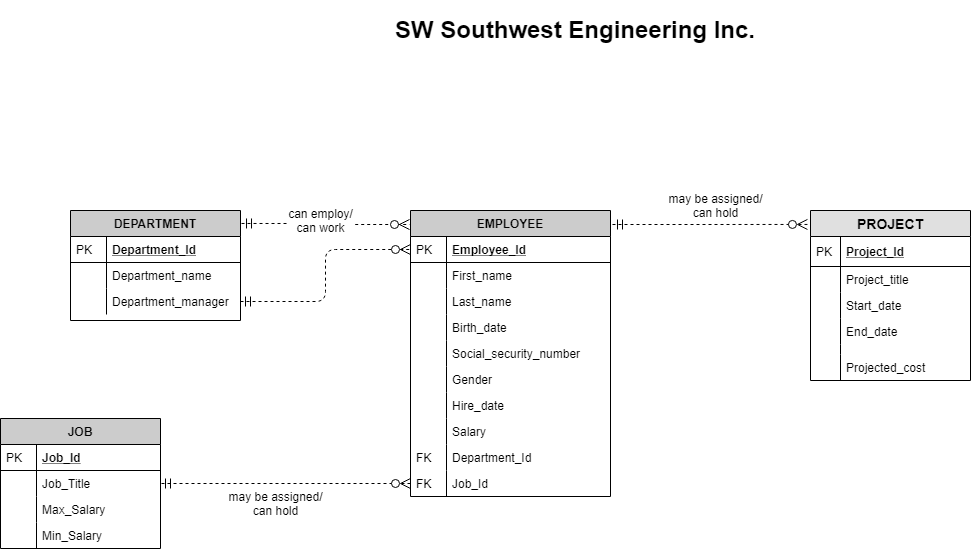
The draw.io diagram D01_SW.png in SumitPaul9/ER-diagrams, before a commit. Source tidied: cells renumbered, new cells last; positions are measured from the earlier drawing's top-left corner, leaving out a move shared by most shapes.
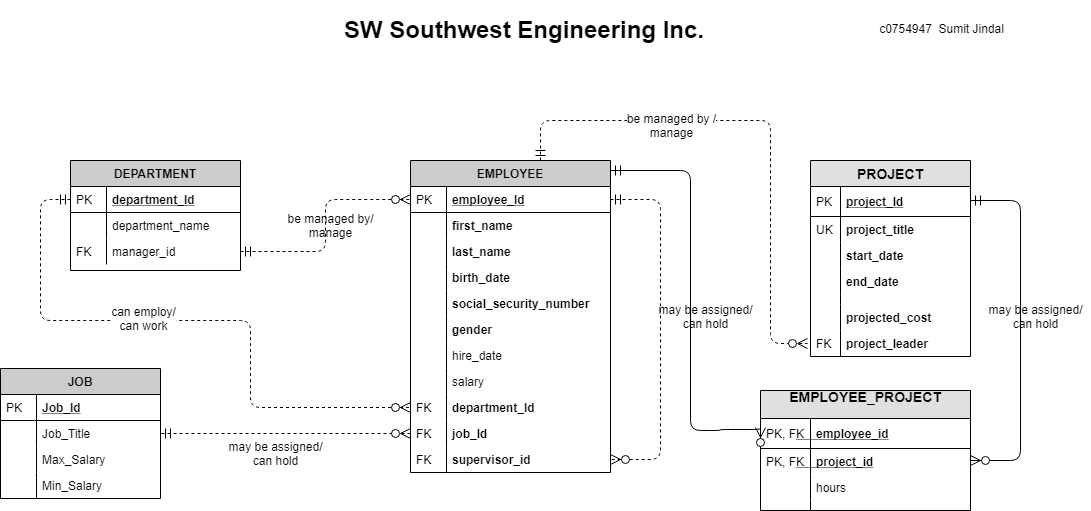
After the change.

Change to the diagram source:
```diff
@@ -7,3 +7,3 @@
     </mxCell>
-    <mxCell id="3" value="Department_Id" style="shape=partialRectangle;top=0;left=0;right=0;bottom=1;align=left;verticalAlign=top;fillColor=none;spacingLeft=40;spacingRight=4;overflow=hidden;points=[[0,0.5],[1,0.5]];portConstraint=eastwest;rounded=0;shadow=0;strokeWidth=1;fontStyle=5;" parent="2" vertex="1">
+    <mxCell id="3" value="department_Id" style="shape=partialRectangle;top=0;left=0;right=0;bottom=1;align=left;verticalAlign=top;fillColor=none;spacingLeft=40;spacingRight=4;overflow=hidden;points=[[0,0.5],[1,0.5]];portConstraint=eastwest;rounded=0;shadow=0;strokeWidth=1;fontStyle=5;" parent="2" vertex="1">
       <mxGeometry y="26" width="170" height="26" as="geometry" />
@@ -13,3 +13,3 @@
     </mxCell>
-    <mxCell id="5" value="Department_name" style="shape=partialRectangle;top=0;left=0;right=0;bottom=0;align=left;verticalAlign=top;fillColor=none;spacingLeft=40;spacingRight=4;overflow=hidden;rounded=0;shadow=0;strokeWidth=1;" parent="2" vertex="1">
+    <mxCell id="5" value="department_name" style="shape=partialRectangle;top=0;left=0;right=0;bottom=0;align=left;verticalAlign=top;fillColor=none;spacingLeft=40;spacingRight=4;overflow=hidden;rounded=0;shadow=0;strokeWidth=1;" parent="2" vertex="1">
       <mxGeometry y="52" width="170" height="26" as="geometry" />
@@ -19,6 +19,6 @@
     </mxCell>
-    <mxCell id="7" value="Department_manager" style="shape=partialRectangle;top=0;left=0;right=0;bottom=0;align=left;verticalAlign=top;fillColor=none;spacingLeft=40;spacingRight=4;overflow=hidden;points=[[0,0.5],[1,0.5]];portConstraint=eastwest;rounded=0;shadow=0;strokeWidth=1;" parent="2" vertex="1">
+    <mxCell id="7" value="manager_id" style="shape=partialRectangle;top=0;left=0;right=0;bottom=0;align=left;verticalAlign=top;fillColor=none;spacingLeft=40;spacingRight=4;overflow=hidden;points=[[0,0.5],[1,0.5]];portConstraint=eastwest;rounded=0;shadow=0;strokeWidth=1;" parent="2" vertex="1">
       <mxGeometry y="78" width="170" height="26" as="geometry" />
     </mxCell>
-    <mxCell id="8" style="shape=partialRectangle;top=0;left=0;bottom=0;fillColor=none;align=left;verticalAlign=top;spacingLeft=4;spacingRight=4;overflow=hidden;" parent="7" vertex="1">
+    <mxCell id="8" value="FK" style="shape=partialRectangle;top=0;left=0;bottom=0;fillColor=none;align=left;verticalAlign=top;spacingLeft=4;spacingRight=4;overflow=hidden;" parent="7" vertex="1">
       <mxGeometry width="36" height="26" as="geometry" />
@@ -26,5 +26,5 @@
     <mxCell id="9" value="EMPLOYEE" style="swimlane;fontStyle=1;horizontal=1;startSize=26;rounded=0;shadow=0;strokeWidth=1;fillColor=#CCCCCC;" parent="1" vertex="1">
-      <mxGeometry x="410" y="200" width="200" height="286" as="geometry" />
+      <mxGeometry x="410" y="200" width="200" height="312" as="geometry" />
     </mxCell>
-    <mxCell id="10" value="Employee_Id" style="shape=partialRectangle;top=0;left=0;right=0;bottom=1;align=left;verticalAlign=top;fillColor=none;spacingLeft=40;spacingRight=4;overflow=hidden;points=[[0,0.5],[1,0.5]];portConstraint=eastwest;rounded=0;shadow=0;strokeWidth=1;fontStyle=5;" parent="9" vertex="1">
+    <mxCell id="10" value="employee_Id" style="shape=partialRectangle;top=0;left=0;right=0;bottom=1;align=left;verticalAlign=top;fillColor=none;spacingLeft=40;spacingRight=4;overflow=hidden;points=[[0,0.5],[1,0.5]];portConstraint=eastwest;rounded=0;shadow=0;strokeWidth=1;fontStyle=5;" parent="9" vertex="1">
       <mxGeometry y="26" width="200" height="26" as="geometry" />
@@ -34,3 +34,3 @@
     </mxCell>
-    <mxCell id="12" value="First_name" style="shape=partialRectangle;top=0;left=0;right=0;bottom=0;align=left;verticalAlign=top;fillColor=none;spacingLeft=40;spacingRight=4;overflow=hidden;rounded=0;shadow=0;strokeWidth=1;" parent="9" vertex="1">
+    <mxCell id="12" value="first_name" style="shape=partialRectangle;top=0;left=0;right=0;bottom=0;align=left;verticalAlign=top;fillColor=none;spacingLeft=40;spacingRight=4;overflow=hidden;rounded=0;shadow=0;strokeWidth=1;fontStyle=1;" parent="9" vertex="1">
       <mxGeometry y="52" width="200" height="26" as="geometry" />
@@ -40,3 +40,3 @@
     </mxCell>
-    <mxCell id="14" value="Last_name" style="shape=partialRectangle;top=0;left=0;right=0;bottom=0;align=left;verticalAlign=top;fillColor=none;spacingLeft=40;spacingRight=4;overflow=hidden;rounded=0;shadow=0;strokeWidth=1;" parent="9" vertex="1">
+    <mxCell id="14" value="last_name" style="shape=partialRectangle;top=0;left=0;right=0;bottom=0;align=left;verticalAlign=top;fillColor=none;spacingLeft=40;spacingRight=4;overflow=hidden;rounded=0;shadow=0;strokeWidth=1;fontStyle=1;" parent="9" vertex="1">
       <mxGeometry y="78" width="200" height="26" as="geometry" />
@@ -46,3 +46,3 @@
     </mxCell>
-    <mxCell id="16" value="Birth_date" style="shape=partialRectangle;top=0;left=0;right=0;bottom=0;align=left;verticalAlign=top;fillColor=none;spacingLeft=40;spacingRight=4;overflow=hidden;rounded=0;shadow=0;strokeWidth=1;" parent="9" vertex="1">
+    <mxCell id="16" value="birth_date" style="shape=partialRectangle;top=0;left=0;right=0;bottom=0;align=left;verticalAlign=top;fillColor=none;spacingLeft=40;spacingRight=4;overflow=hidden;rounded=0;shadow=0;strokeWidth=1;fontStyle=1;" parent="9" vertex="1">
       <mxGeometry y="104" width="200" height="26" as="geometry" />
@@ -52,3 +52,3 @@
     </mxCell>
-    <mxCell id="18" value="Social_security_number" style="shape=partialRectangle;top=0;left=0;right=0;bottom=0;align=left;verticalAlign=top;fillColor=none;spacingLeft=40;spacingRight=4;overflow=hidden;rounded=0;shadow=0;strokeWidth=1;" parent="9" vertex="1">
+    <mxCell id="18" value="social_security_number" style="shape=partialRectangle;top=0;left=0;right=0;bottom=0;align=left;verticalAlign=top;fillColor=none;spacingLeft=40;spacingRight=4;overflow=hidden;rounded=0;shadow=0;strokeWidth=1;fontStyle=1;" parent="9" vertex="1">
       <mxGeometry y="130" width="200" height="26" as="geometry" />
@@ -58,3 +58,3 @@
     </mxCell>
-    <mxCell id="20" value="Gender" style="shape=partialRectangle;top=0;left=0;right=0;bottom=0;align=left;verticalAlign=top;fillColor=none;spacingLeft=40;spacingRight=4;overflow=hidden;rounded=0;shadow=0;strokeWidth=1;" parent="9" vertex="1">
+    <mxCell id="20" value="gender" style="shape=partialRectangle;top=0;left=0;right=0;bottom=0;align=left;verticalAlign=top;fillColor=none;spacingLeft=40;spacingRight=4;overflow=hidden;rounded=0;shadow=0;strokeWidth=1;fontStyle=1;" parent="9" vertex="1">
       <mxGeometry y="156" width="200" height="26" as="geometry" />
@@ -64,3 +64,3 @@
     </mxCell>
-    <mxCell id="22" value="Hire_date" style="shape=partialRectangle;top=0;left=0;right=0;bottom=0;align=left;verticalAlign=top;fillColor=none;spacingLeft=40;spacingRight=4;overflow=hidden;rounded=0;shadow=0;strokeWidth=1;" parent="9" vertex="1">
+    <mxCell id="22" value="hire_date" style="shape=partialRectangle;top=0;left=0;right=0;bottom=0;align=left;verticalAlign=top;fillColor=none;spacingLeft=40;spacingRight=4;overflow=hidden;rounded=0;shadow=0;strokeWidth=1;" parent="9" vertex="1">
       <mxGeometry y="182" width="200" height="26" as="geometry" />
@@ -70,3 +70,3 @@
     </mxCell>
-    <mxCell id="24" value="Salary" style="shape=partialRectangle;top=0;left=0;right=0;bottom=0;align=left;verticalAlign=top;fillColor=none;spacingLeft=40;spacingRight=4;overflow=hidden;rounded=0;shadow=0;strokeWidth=1;" parent="9" vertex="1">
+    <mxCell id="24" value="salary" style="shape=partialRectangle;top=0;left=0;right=0;bottom=0;align=left;verticalAlign=top;fillColor=none;spacingLeft=40;spacingRight=4;overflow=hidden;rounded=0;shadow=0;strokeWidth=1;" parent="9" vertex="1">
       <mxGeometry y="208" width="200" height="26" as="geometry" />
@@ -76,3 +76,3 @@
     </mxCell>
-    <mxCell id="26" value="Department_Id" style="shape=partialRectangle;top=0;left=0;right=0;bottom=0;align=left;verticalAlign=top;fillColor=none;spacingLeft=40;spacingRight=4;overflow=hidden;points=[[0,0.5],[1,0.5]];portConstraint=eastwest;rounded=0;shadow=0;strokeWidth=1;" parent="9" vertex="1">
+    <mxCell id="26" value="department_Id" style="shape=partialRectangle;top=0;left=0;right=0;bottom=0;align=left;verticalAlign=top;fillColor=none;spacingLeft=40;spacingRight=4;overflow=hidden;points=[[0,0.5],[1,0.5]];portConstraint=eastwest;rounded=0;shadow=0;strokeWidth=1;fontStyle=1;" parent="9" vertex="1">
       <mxGeometry y="234" width="200" height="26" as="geometry" />
@@ -82,3 +82,3 @@
     </mxCell>
-    <mxCell id="28" value="Job_Id" style="shape=partialRectangle;top=0;left=0;right=0;bottom=0;align=left;verticalAlign=top;fillColor=none;spacingLeft=40;spacingRight=4;overflow=hidden;points=[[0,0.5],[1,0.5]];portConstraint=eastwest;rounded=0;shadow=0;strokeWidth=1;" parent="9" vertex="1">
+    <mxCell id="28" value="job_Id" style="shape=partialRectangle;top=0;left=0;right=0;bottom=0;align=left;verticalAlign=top;fillColor=none;spacingLeft=40;spacingRight=4;overflow=hidden;points=[[0,0.5],[1,0.5]];portConstraint=eastwest;rounded=0;shadow=0;strokeWidth=1;fontStyle=1;" parent="9" vertex="1">
       <mxGeometry y="260" width="200" height="26" as="geometry" />
@@ -88,4 +88,25 @@
     </mxCell>
+    <mxCell id="60" value="supervisor_id" style="shape=partialRectangle;top=0;left=0;right=0;bottom=0;align=left;verticalAlign=top;fillColor=none;spacingLeft=40;spacingRight=4;overflow=hidden;points=[[0,0.5],[1,0.5]];portConstraint=eastwest;rounded=0;shadow=0;strokeWidth=1;fontStyle=1;" parent="9" vertex="1">
+      <mxGeometry y="286" width="200" height="26" as="geometry" />
+    </mxCell>
+    <mxCell id="61" value="FK" style="shape=partialRectangle;top=0;left=0;bottom=0;fillColor=none;align=left;verticalAlign=top;spacingLeft=4;spacingRight=4;overflow=hidden;" parent="60" vertex="1">
+      <mxGeometry width="36" height="26" as="geometry" />
+    </mxCell>
+    <mxCell id="62" style="edgeStyle=orthogonalEdgeStyle;endArrow=ERzeroToMany;startArrow=ERmandOne;shadow=0;strokeWidth=1;endSize=8;startSize=8;dashed=1;exitX=1;exitY=0.5;exitDx=0;exitDy=0;entryX=1;entryY=0.5;entryDx=0;entryDy=0;" parent="9" edge="1" source="10" target="60">
+      <mxGeometry relative="1" as="geometry">
+        <Array as="points">
+          <mxPoint x="250" y="39" />
+          <mxPoint x="250" y="299" />
+        </Array>
+      </mxGeometry>
+    </mxCell>
-    <mxCell id="30" style="edgeStyle=orthogonalEdgeStyle;endArrow=ERzeroToMany;startArrow=ERmandOne;shadow=0;strokeWidth=1;endSize=8;startSize=8;dashed=1;entryX=-0.005;entryY=0.049;entryDx=0;entryDy=0;entryPerimeter=0;exitX=1.006;exitY=0.118;exitDx=0;exitDy=0;exitPerimeter=0;" parent="1" edge="1" source="2" target="9">
-      <mxGeometry relative="1" as="geometry" />
+    <mxCell id="30" style="edgeStyle=orthogonalEdgeStyle;endArrow=ERzeroToMany;startArrow=ERmandOne;shadow=0;strokeWidth=1;endSize=8;startSize=8;dashed=1;exitX=0;exitY=0.5;exitDx=0;exitDy=0;entryX=0;entryY=0.5;entryDx=0;entryDy=0;" parent="1" edge="1" source="3" target="26">
+      <mxGeometry relative="1" as="geometry">
+        <Array as="points">
+          <mxPoint x="40" y="239" />
+          <mxPoint x="40" y="360" />
+          <mxPoint x="250" y="360" />
+          <mxPoint x="250" y="447" />
+        </Array>
+      </mxGeometry>
     </mxCell>
@@ -132,9 +153,19 @@
     </mxCell>
-    <mxCell id="44" style="edgeStyle=orthogonalEdgeStyle;endArrow=ERzeroToMany;startArrow=ERmandOne;shadow=0;strokeWidth=1;endSize=8;startSize=8;dashed=1;exitX=1.01;exitY=0.049;exitDx=0;exitDy=0;exitPerimeter=0;entryX=-0.019;entryY=0.082;entryDx=0;entryDy=0;entryPerimeter=0;" parent="1" edge="1" source="9" target="45">
-      <mxGeometry relative="1" as="geometry" />
+    <mxCell id="44" style="edgeStyle=orthogonalEdgeStyle;endArrow=ERzeroToMany;startArrow=ERmandOne;shadow=0;strokeWidth=1;endSize=8;startSize=8;dashed=1;exitX=0.65;exitY=0;exitDx=0;exitDy=0;exitPerimeter=0;" parent="1" edge="1" source="9">
+      <mxGeometry relative="1" as="geometry">
+        <mxPoint x="807" y="383" as="targetPoint" />
+        <Array as="points">
+          <mxPoint x="540" y="160" />
+          <mxPoint x="770" y="160" />
+          <mxPoint x="770" y="383" />
+        </Array>
+      </mxGeometry>
     </mxCell>
+    <mxCell id="63" value="be managed by /&lt;br&gt;manage" style="text;html=1;align=center;verticalAlign=middle;labelBackgroundColor=#ffffff;" parent="44" vertex="1">
+      <mxGeometry x="-0.36" y="-4" relative="1" as="geometry" />
+    </mxCell>
     <mxCell id="45" value="PROJECT" style="swimlane;fontStyle=1;horizontal=1;startSize=26;fillColor=#e0e0e0;swimlaneFillColor=#ffffff;align=center;fontSize=14;" parent="1" vertex="1">
-      <mxGeometry x="810" y="200" width="160" height="170" as="geometry" />
+      <mxGeometry x="810" y="200" width="160" height="196" as="geometry" />
     </mxCell>
-    <mxCell id="46" value="Project_Id" style="shape=partialRectangle;top=0;left=0;right=0;bottom=1;align=left;verticalAlign=middle;fillColor=none;spacingLeft=34;spacingRight=4;overflow=hidden;fontStyle=5;fontSize=12;" parent="45" vertex="1">
+    <mxCell id="46" value="project_Id" style="shape=partialRectangle;top=0;left=0;right=0;bottom=1;align=left;verticalAlign=middle;fillColor=none;spacingLeft=34;spacingRight=4;overflow=hidden;fontStyle=5;fontSize=12;" parent="45" vertex="1">
       <mxGeometry y="26" width="160" height="30" as="geometry" />
@@ -144,9 +175,9 @@
     </mxCell>
-    <mxCell id="48" value="Project_title" style="shape=partialRectangle;top=0;left=0;right=0;bottom=0;align=left;verticalAlign=top;fillColor=none;spacingLeft=34;spacingRight=4;overflow=hidden;fontSize=12;" parent="45" vertex="1">
+    <mxCell id="48" value="project_title" style="shape=partialRectangle;top=0;left=0;right=0;bottom=0;align=left;verticalAlign=top;fillColor=none;spacingLeft=34;spacingRight=4;overflow=hidden;fontSize=12;fontStyle=1;" parent="45" vertex="1">
       <mxGeometry y="56" width="160" height="26" as="geometry" />
     </mxCell>
-    <mxCell id="49" style="shape=partialRectangle;top=0;left=0;bottom=0;fillColor=none;align=left;verticalAlign=top;spacingLeft=4;spacingRight=4;overflow=hidden;fontSize=12;" parent="48" vertex="1">
+    <mxCell id="49" value="UK" style="shape=partialRectangle;top=0;left=0;bottom=0;fillColor=none;align=left;verticalAlign=top;spacingLeft=4;spacingRight=4;overflow=hidden;fontSize=12;" parent="48" vertex="1">
       <mxGeometry width="30" height="26" as="geometry" />
     </mxCell>
-    <mxCell id="50" value="Start_date" style="shape=partialRectangle;top=0;left=0;right=0;bottom=0;align=left;verticalAlign=top;fillColor=none;spacingLeft=34;spacingRight=4;overflow=hidden;fontSize=12;" parent="45" vertex="1">
+    <mxCell id="50" value="start_date" style="shape=partialRectangle;top=0;left=0;right=0;bottom=0;align=left;verticalAlign=top;fillColor=none;spacingLeft=34;spacingRight=4;overflow=hidden;fontSize=12;fontStyle=1;" parent="45" vertex="1">
       <mxGeometry y="82" width="160" height="26" as="geometry" />
@@ -156,3 +187,3 @@
     </mxCell>
-    <mxCell id="52" value="End_date" style="shape=partialRectangle;top=0;left=0;right=0;bottom=0;align=left;verticalAlign=top;fillColor=none;spacingLeft=34;spacingRight=4;overflow=hidden;fontSize=12;" parent="45" vertex="1">
+    <mxCell id="52" value="end_date" style="shape=partialRectangle;top=0;left=0;right=0;bottom=0;align=left;verticalAlign=top;fillColor=none;spacingLeft=34;spacingRight=4;overflow=hidden;fontSize=12;fontStyle=1;" parent="45" vertex="1">
       <mxGeometry y="108" width="160" height="26" as="geometry" />
@@ -168,3 +199,3 @@
     </mxCell>
-    <mxCell id="56" value="Projected_cost" style="shape=partialRectangle;top=0;left=0;right=0;bottom=0;align=left;verticalAlign=top;fillColor=none;spacingLeft=34;spacingRight=4;overflow=hidden;fontSize=12;" parent="45" vertex="1">
+    <mxCell id="56" value="projected_cost" style="shape=partialRectangle;top=0;left=0;right=0;bottom=0;align=left;verticalAlign=top;fillColor=none;spacingLeft=34;spacingRight=4;overflow=hidden;fontSize=12;fontStyle=1;" parent="45" vertex="1">
       <mxGeometry y="144" width="160" height="26" as="geometry" />
@@ -174,8 +205,70 @@
     </mxCell>
+    <mxCell id="64" value="project_leader" style="shape=partialRectangle;top=0;left=0;right=0;bottom=0;align=left;verticalAlign=top;fillColor=none;spacingLeft=34;spacingRight=4;overflow=hidden;fontSize=12;fontStyle=1;" parent="45" vertex="1">
+      <mxGeometry y="170" width="160" height="26" as="geometry" />
+    </mxCell>
+    <mxCell id="65" value="FK" style="shape=partialRectangle;top=0;left=0;bottom=0;fillColor=none;align=left;verticalAlign=top;spacingLeft=4;spacingRight=4;overflow=hidden;fontSize=12;" parent="64" vertex="1">
+      <mxGeometry width="30" height="26" as="geometry" />
+    </mxCell>
     <mxCell id="58" value="may be assigned/&lt;br&gt;can hold" style="text;html=1;align=center;verticalAlign=middle;" parent="1" vertex="1">
-      <mxGeometry x="660" y="180" width="110" height="30" as="geometry" />
+      <mxGeometry x="650" y="341" width="110" height="30" as="geometry" />
     </mxCell>
     <mxCell id="59" value="&lt;h1&gt;SW Southwest Engineering Inc.&lt;/h1&gt;" style="text;html=1;strokeColor=none;fillColor=none;spacing=5;spacingTop=-20;whiteSpace=wrap;overflow=hidden;rounded=0;" parent="1" vertex="1">
-      <mxGeometry x="390" width="490" height="60" as="geometry" />
+      <mxGeometry x="339" y="50" width="490" height="60" as="geometry" />
     </mxCell>
+    <mxCell id="66" value="be managed by/&lt;br&gt;manage" style="text;html=1;align=center;verticalAlign=middle;" parent="1" vertex="1">
+      <mxGeometry x="280" y="250" width="100" height="30" as="geometry" />
+    </mxCell>
+    <mxCell id="67" value="EMPLOYEE_PROJECT&#10;" style="swimlane;fontStyle=1;horizontal=1;startSize=28;fillColor=#e0e0e0;swimlaneFillColor=#ffffff;align=center;fontSize=14;" parent="1" vertex="1">
+      <mxGeometry x="760" y="430" width="210" height="120" as="geometry" />
+    </mxCell>
+    <mxCell id="68" value="      employee_id" style="shape=partialRectangle;top=0;left=0;right=0;bottom=1;align=left;verticalAlign=middle;fillColor=none;spacingLeft=34;spacingRight=4;overflow=hidden;points=[[0,0.5],[1,0.5]];portConstraint=eastwest;fontStyle=5;fontSize=12;" parent="67" vertex="1">
+      <mxGeometry y="28" width="210" height="30" as="geometry" />
+    </mxCell>
+    <mxCell id="69" value="PK, FK" style="shape=partialRectangle;top=0;left=0;bottom=0;fillColor=none;align=left;verticalAlign=middle;spacingLeft=4;spacingRight=4;overflow=hidden;fontSize=12;" parent="68" vertex="1">
+      <mxGeometry width="50" height="30" as="geometry" />
+    </mxCell>
+    <mxCell id="70" value="      project_id" style="shape=partialRectangle;top=0;left=0;right=0;bottom=0;align=left;verticalAlign=top;fillColor=none;spacingLeft=34;spacingRight=4;overflow=hidden;fontSize=12;fontStyle=5;" parent="67" vertex="1">
+      <mxGeometry y="58" width="210" height="26" as="geometry" />
+    </mxCell>
+    <mxCell id="71" value="PK, FK" style="shape=partialRectangle;top=0;left=0;bottom=0;fillColor=none;align=left;verticalAlign=top;spacingLeft=4;spacingRight=4;overflow=hidden;fontSize=12;" parent="70" vertex="1">
+      <mxGeometry width="50" height="26" as="geometry" />
+    </mxCell>
+    <mxCell id="72" value="      hours" style="shape=partialRectangle;top=0;left=0;right=0;bottom=0;align=left;verticalAlign=top;fillColor=none;spacingLeft=34;spacingRight=4;overflow=hidden;fontSize=12;" parent="67" vertex="1">
+      <mxGeometry y="84" width="210" height="26" as="geometry" />
+    </mxCell>
+    <mxCell id="73" style="shape=partialRectangle;top=0;left=0;bottom=0;fillColor=none;align=left;verticalAlign=top;spacingLeft=4;spacingRight=4;overflow=hidden;fontSize=12;" parent="72" vertex="1">
+      <mxGeometry width="50" height="26" as="geometry" />
+    </mxCell>
+    <mxCell id="74" style="shape=partialRectangle;top=0;left=0;right=0;bottom=0;align=left;verticalAlign=top;fillColor=none;spacingLeft=34;spacingRight=4;overflow=hidden;fontSize=12;" parent="67" vertex="1">
+      <mxGeometry y="110" width="210" height="10" as="geometry" />
+    </mxCell>
+    <mxCell id="75" style="shape=partialRectangle;top=0;left=0;bottom=0;fillColor=none;align=left;verticalAlign=top;spacingLeft=4;spacingRight=4;overflow=hidden;fontSize=12;" parent="74" vertex="1">
+      <mxGeometry width="50" height="10" as="geometry" />
+    </mxCell>
+    <mxCell id="76" style="edgeStyle=orthogonalEdgeStyle;endArrow=ERzeroToMany;startArrow=ERmandOne;shadow=0;strokeWidth=1;endSize=8;startSize=8;exitX=1;exitY=0.5;exitDx=0;exitDy=0;entryX=1;entryY=0.5;entryDx=0;entryDy=0;" parent="1" edge="1">
+      <mxGeometry relative="1" as="geometry">
+        <mxPoint x="970" y="240" as="sourcePoint" />
+        <mxPoint x="970" y="500" as="targetPoint" />
+        <Array as="points">
+          <mxPoint x="1020" y="240" />
+          <mxPoint x="1020" y="500" />
+        </Array>
+      </mxGeometry>
+    </mxCell>
+    <mxCell id="77" style="edgeStyle=orthogonalEdgeStyle;endArrow=ERzeroToMany;startArrow=ERmandOne;shadow=0;strokeWidth=1;endSize=8;startSize=8;entryX=0;entryY=0.3;entryDx=0;entryDy=0;entryPerimeter=0;" parent="1" edge="1" source="9" target="68">
+      <mxGeometry relative="1" as="geometry">
+        <Array as="points">
+          <mxPoint x="690" y="210" />
+          <mxPoint x="690" y="470" />
+          <mxPoint x="720" y="470" />
+          <mxPoint x="720" y="469" />
+        </Array>
+      </mxGeometry>
+    </mxCell>
+    <mxCell id="78" value="may be assigned/&lt;br&gt;can hold" style="text;html=1;align=center;verticalAlign=middle;" parent="1" vertex="1">
+      <mxGeometry x="980" y="341" width="110" height="30" as="geometry" />
+    </mxCell>
+    <mxCell id="79" value="c0754947&amp;nbsp; Sumit Jindal" style="text;html=1;align=center;verticalAlign=middle;" parent="1" vertex="1">
+      <mxGeometry x="871" y="58" width="140" height="20" as="geometry" />
+    </mxCell>
   </root>
```
